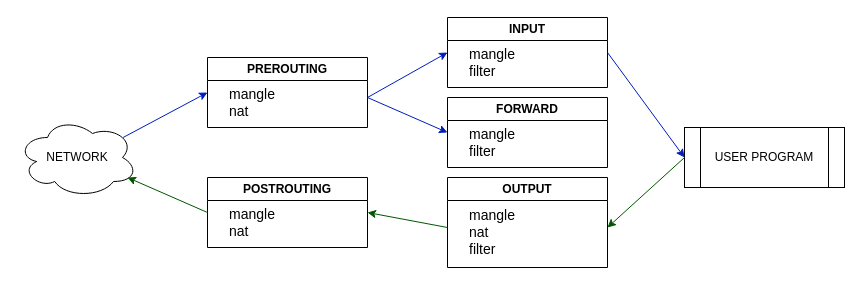
alexanderkiyanov/alexanderkiyanov.github.io keeps this draw.io diagram as Untitled Diagram.drawio. Above is the earlier version. Source tidied: cells renumbered, new cells numbered last; positions are measured from the earlier drawing's top-left corner, leaving out a move shared by most shapes. Both pictures are drawn from the tidied source at 100%, with x=0, y=0 at pixel (17, 17).
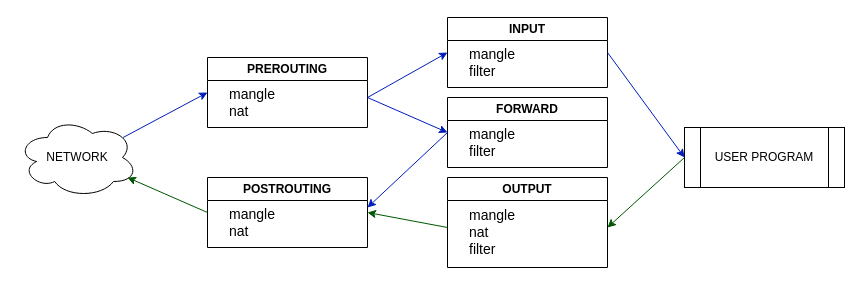
The same diagram, later.

What changed in the source:
```diff
@@
+    <mxCell id="21" style="endArrow=classic;html=1;rounded=0;fillColor=#0050ef;strokeColor=#001DBC;" parent="1" edge="1">
+      <mxGeometry relative="1" as="geometry">
+        <mxPoint x="430" y="115" as="sourcePoint" />
+        <mxPoint x="350" y="190" as="targetPoint" />
+      </mxGeometry>
+    </mxCell>
```
